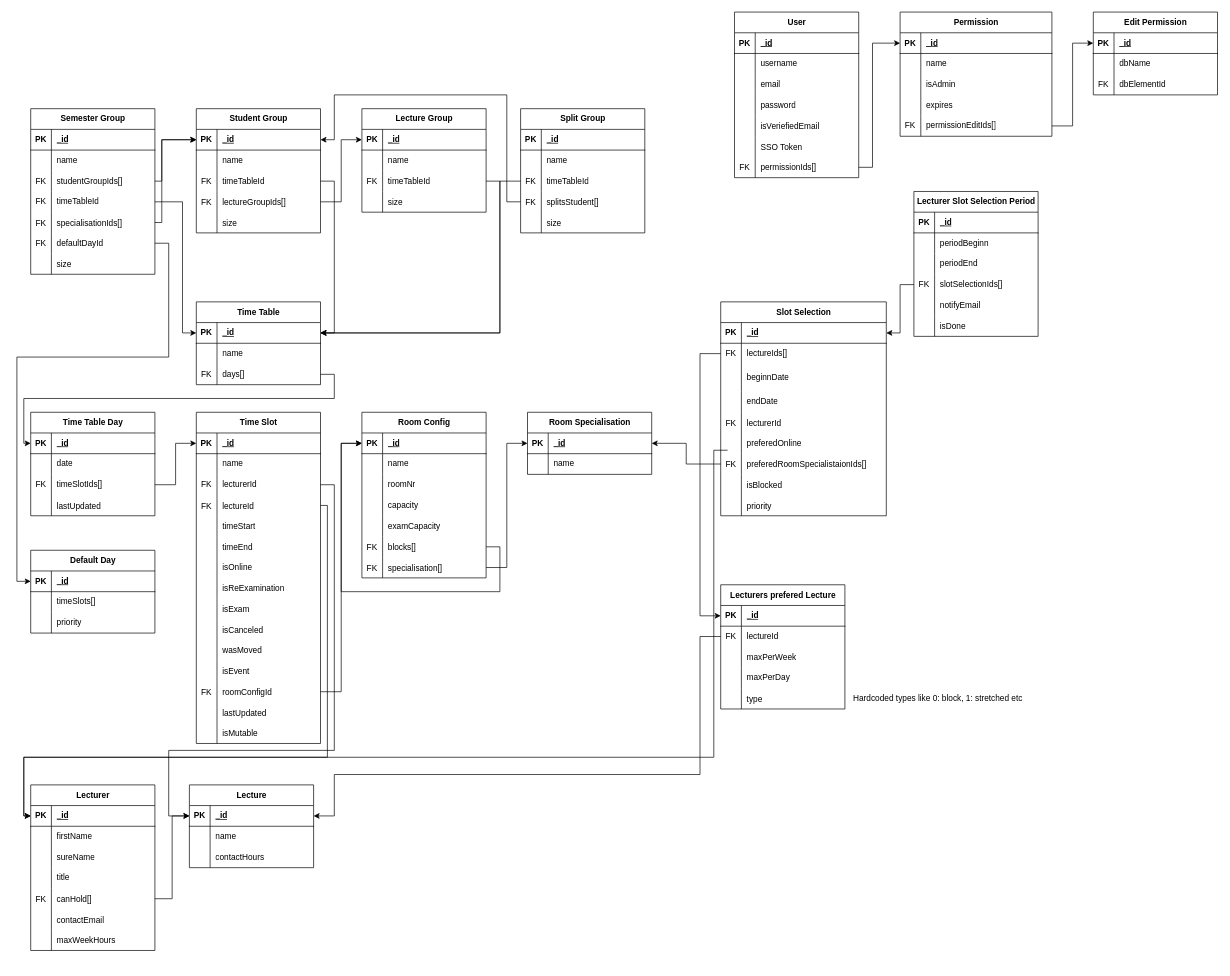
Earlier version of the draw.io diagram documentation/Database_ER.drawio (MindCollaps/TimeCraft). Source tidied: cells renumbered, new cells numbered last; positions are measured from the earlier drawing's top-left corner, leaving out a move shared by most shapes. Both pictures are drawn from the tidied source at 69%, with x=0, y=0 at pixel (17, 12).
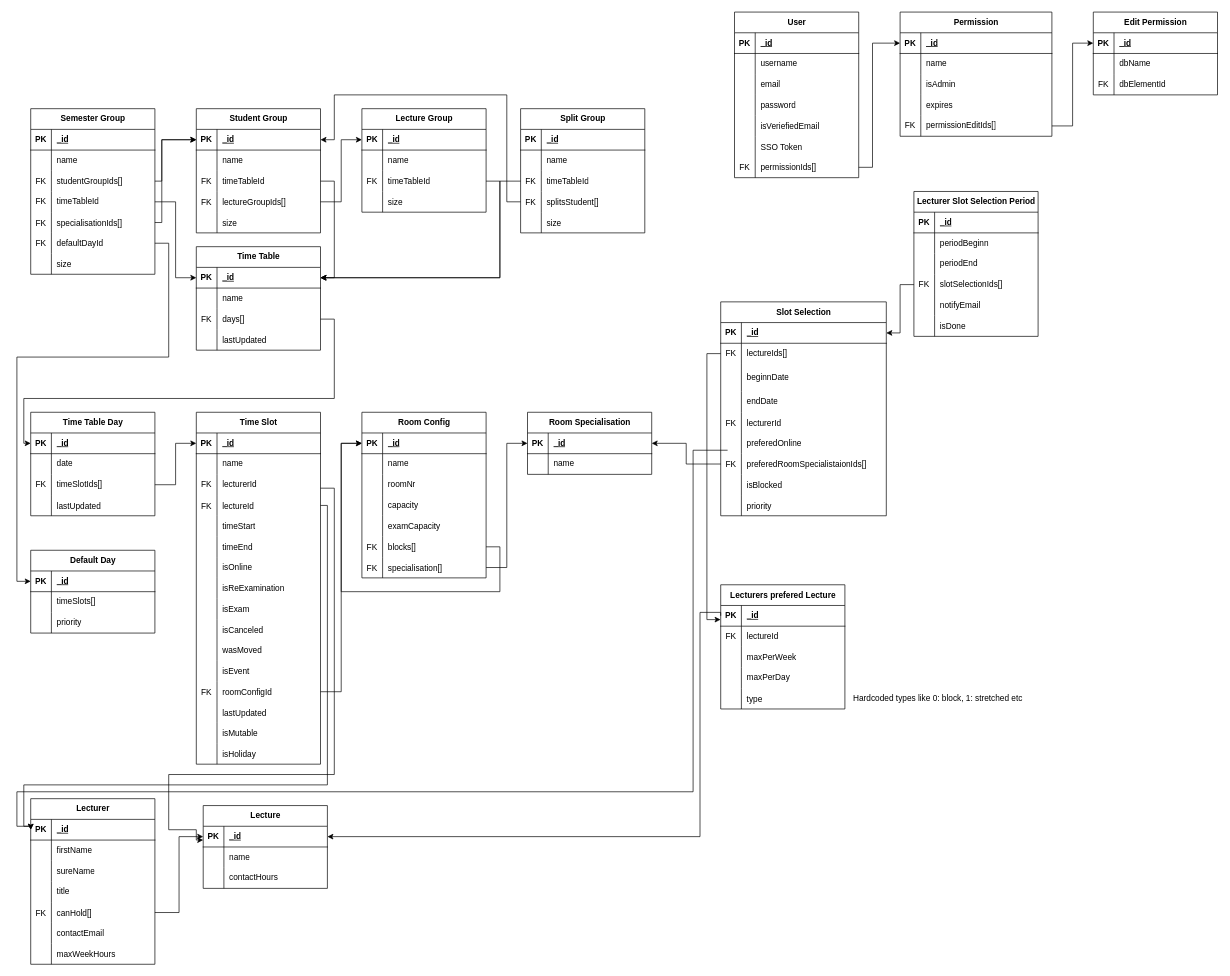
The same diagram, later.

Commit message:
docu: add lastUpdated and isHoliday

The change refers to these unchanged cells:
```xml
<mxCell id="12" style="shape=tableRow;horizontal=0;startSize=0;swimlaneHead=0;swimlaneBody=0;fillColor=none;points=[[0,0.5],[1,0.5]];portConstraint=eastwest;top=0;left=0;right=0;bottom=0;" parent="2" vertex="1">
  <mxGeometry y="120" width="180" height="30" as="geometry" />
</mxCell>
<mxCell id="57" style="shape=tableRow;horizontal=0;startSize=0;swimlaneHead=0;swimlaneBody=0;fillColor=none;points=[[0,0.5],[1,0.5]];portConstraint=eastwest;top=0;left=0;right=0;bottom=1;" parent="56" vertex="1">
  <mxGeometry y="30" width="180" height="30" as="geometry" />
</mxCell>
<mxCell id="63" style="shape=tableRow;horizontal=0;startSize=0;swimlaneHead=0;swimlaneBody=0;fillColor=none;points=[[0,0.5],[1,0.5]];portConstraint=eastwest;top=0;left=0;right=0;bottom=0;" parent="56" vertex="1">
  <mxGeometry y="90" width="180" height="30" as="geometry" />
</mxCell>
<mxCell id="70" style="shape=tableRow;horizontal=0;startSize=0;swimlaneHead=0;swimlaneBody=0;fillColor=none;points=[[0,0.5],[1,0.5]];portConstraint=eastwest;top=0;left=0;right=0;bottom=1;" parent="69" vertex="1">
  <mxGeometry y="30" width="180" height="30" as="geometry" />
</mxCell>
<mxCell id="89" style="shape=tableRow;horizontal=0;startSize=0;swimlaneHead=0;swimlaneBody=0;fillColor=none;points=[[0,0.5],[1,0.5]];portConstraint=eastwest;top=0;left=0;right=0;bottom=0;" parent="82" vertex="1">
  <mxGeometry y="90" width="180" height="30" as="geometry" />
</mxCell>
<mxCell id="92" style="shape=tableRow;horizontal=0;startSize=0;swimlaneHead=0;swimlaneBody=0;fillColor=none;points=[[0,0.5],[1,0.5]];portConstraint=eastwest;top=0;left=0;right=0;bottom=0;" parent="82" vertex="1">
  <mxGeometry y="120" width="180" height="30" as="geometry" />
</mxCell>
<mxCell id="160" style="shape=tableRow;horizontal=0;startSize=0;swimlaneHead=0;swimlaneBody=0;fillColor=none;points=[[0,0.5],[1,0.5]];portConstraint=eastwest;top=0;left=0;right=0;bottom=1;" parent="159" vertex="1">
  <mxGeometry y="30" width="180" height="30" as="geometry" />
</mxCell>
<mxCell id="182" style="shape=tableRow;horizontal=0;startSize=0;swimlaneHead=0;swimlaneBody=0;fillColor=none;points=[[0,0.5],[1,0.5]];portConstraint=eastwest;top=0;left=0;right=0;bottom=1;" parent="181" vertex="1">
  <mxGeometry y="30" width="180" height="30" as="geometry" />
</mxCell>
<mxCell id="239" style="shape=tableRow;horizontal=0;startSize=0;swimlaneHead=0;swimlaneBody=0;fillColor=none;points=[[0,0.5],[1,0.5]];portConstraint=eastwest;top=0;left=0;right=0;bottom=0;" parent="235" vertex="1">
  <mxGeometry y="60" width="240" height="30" as="geometry" />
</mxCell>
<mxCell id="266" style="shape=tableRow;horizontal=0;startSize=0;swimlaneHead=0;swimlaneBody=0;fillColor=none;points=[[0,0.5],[1,0.5]];portConstraint=eastwest;top=0;left=0;right=0;bottom=1;" parent="265" vertex="1">
  <mxGeometry y="30" width="180" height="30" as="geometry" />
</mxCell>
<mxCell id="269" style="shape=tableRow;horizontal=0;startSize=0;swimlaneHead=0;swimlaneBody=0;fillColor=none;points=[[0,0.5],[1,0.5]];portConstraint=eastwest;top=0;left=0;right=0;bottom=0;" parent="265" vertex="1">
  <mxGeometry y="60" width="180" height="30" as="geometry" />
</mxCell>
<mxCell id="334" style="shape=tableRow;horizontal=0;startSize=0;swimlaneHead=0;swimlaneBody=0;fillColor=none;points=[[0,0.5],[1,0.5]];portConstraint=eastwest;top=0;left=0;right=0;bottom=0;" parent="327" vertex="1">
  <mxGeometry y="90" width="180" height="30" as="geometry" />
</mxCell>
```

Diff of the diagram source:
```diff
@@
     <mxCell id="56" value="Time Table" style="shape=table;startSize=30;childLayout=tableLayout;rowLines=0;fontStyle=1;align=center;html=1;" parent="1" vertex="1">
-      <mxGeometry x="260" y="420" width="180" height="120" as="geometry" />
+      <mxGeometry x="260" y="340" width="180" height="150" as="geometry" />
     </mxCell>
@@
-    <mxCell id="66" style="edgeStyle=orthogonalEdgeStyle;rounded=0;jettySize=auto;html=1;exitX=1;exitY=0.5;exitDx=0;exitDy=0;entryX=0;entryY=0.5;entryDx=0;entryDy=0;" parent="1" edge="1" source="12" target="57">
-      <mxGeometry relative="1" as="geometry">
-        <Array as="points">
-          <mxPoint x="240" y="275" />
-          <mxPoint x="240" y="465" />
-        </Array>
-      </mxGeometry>
-    </mxCell>
+    <mxCell id="345" style="shape=tableRow;horizontal=0;startSize=0;swimlaneHead=0;swimlaneBody=0;fillColor=none;top=0;left=0;right=0;bottom=0;" parent="56" vertex="1">
+      <mxGeometry y="120" width="180" height="30" as="geometry" />
+    </mxCell>
+    <mxCell id="346" style="shape=partialRectangle;fillColor=none;top=0;left=0;bottom=0;right=0;overflow=hidden;" parent="345" vertex="1">
+      <mxGeometry width="30" height="30" as="geometry" />
+    </mxCell>
+    <mxCell id="347" value="lastUpdated" style="shape=partialRectangle;fillColor=none;top=0;left=0;bottom=0;right=0;align=left;spacingLeft=6;overflow=hidden;" parent="345" vertex="1">
+      <mxGeometry x="30" width="150" height="30" as="geometry" />
+    </mxCell>
@@
     <mxCell id="82" value="Time Slot" style="shape=table;startSize=30;childLayout=tableLayout;rowLines=0;fontStyle=1;align=center;html=1;" parent="1" vertex="1">
-      <mxGeometry x="260" y="580" width="180" height="480" as="geometry" />
+      <mxGeometry x="260" y="580" width="180" height="510" as="geometry" />
     </mxCell>
@@
+    <mxCell id="348" style="shape=tableRow;horizontal=0;startSize=0;swimlaneHead=0;swimlaneBody=0;fillColor=none;top=0;left=0;right=0;bottom=0;" parent="82" vertex="1">
+      <mxGeometry y="480" width="180" height="30" as="geometry" />
+    </mxCell>
+    <mxCell id="349" style="shape=partialRectangle;fillColor=none;top=0;left=0;bottom=0;right=0;overflow=hidden;" parent="348" vertex="1">
+      <mxGeometry width="30" height="30" as="geometry" />
+    </mxCell>
+    <mxCell id="350" value="isHoliday" style="shape=partialRectangle;fillColor=none;top=0;left=0;bottom=0;right=0;align=left;spacingLeft=6;overflow=hidden;" parent="348" vertex="1">
+      <mxGeometry x="30" width="150" height="30" as="geometry" />
+    </mxCell>
@@
     <mxCell id="159" value="Lecturer" style="shape=table;startSize=30;childLayout=tableLayout;rowLines=0;fontStyle=1;align=center;html=1;" parent="1" vertex="1">
-      <mxGeometry x="20" y="1120" width="180" height="240" as="geometry" />
+      <mxGeometry x="20" y="1140" width="180" height="240" as="geometry" />
     </mxCell>
@@
     <mxCell id="181" value="Lecture" style="shape=table;startSize=30;childLayout=tableLayout;rowLines=0;fontStyle=1;align=center;html=1;" parent="1" vertex="1">
-      <mxGeometry x="250" y="1120" width="180" height="120" as="geometry" />
+      <mxGeometry x="270" y="1150" width="180" height="120" as="geometry" />
     </mxCell>
@@
     <mxCell id="193" style="edgeStyle=orthogonalEdgeStyle;rounded=0;jettySize=auto;html=1;exitX=1;exitY=0.5;exitDx=0;exitDy=0;entryX=0;entryY=0.5;entryDx=0;entryDy=0;" parent="1" edge="1" source="92" target="160">
       <mxGeometry relative="1" as="geometry">
         <Array as="points">
           <mxPoint x="450" y="715" />
-          <mxPoint x="450" y="1080" />
-          <mxPoint x="10" y="1080" />
-          <mxPoint x="10" y="1165" />
+          <mxPoint x="450" y="1120" />
+          <mxPoint x="10" y="1120" />
+          <mxPoint x="10" y="1180" />
+          <mxPoint x="20" y="1180" />
         </Array>
       </mxGeometry>
     </mxCell>
-    <mxCell id="194" style="edgeStyle=orthogonalEdgeStyle;rounded=0;jettySize=auto;html=1;exitX=1;exitY=0.5;exitDx=0;exitDy=0;entryX=0;entryY=0.5;entryDx=0;entryDy=0;" parent="1" edge="1" source="89" target="182">
+    <mxCell id="194" style="edgeStyle=orthogonalEdgeStyle;rounded=0;orthogonalLoop=1;jettySize=auto;html=1;exitX=1;exitY=0.5;exitDx=0;exitDy=0;entryX=0;entryY=0.5;entryDx=0;entryDy=0;" parent="1" edge="1">
       <mxGeometry relative="1" as="geometry">
+        <mxPoint x="440" y="690" as="sourcePoint" />
+        <mxPoint x="270" y="1200" as="targetPoint" />
         <Array as="points">
-          <mxPoint x="460" y="685" />
-          <mxPoint x="460" y="1070" />
-          <mxPoint x="220" y="1070" />
-          <mxPoint x="220" y="1165" />
+          <mxPoint x="460" y="690" />
+          <mxPoint x="460" y="1105" />
+          <mxPoint x="220" y="1105" />
+          <mxPoint x="220" y="1185" />
+          <mxPoint x="260" y="1185" />
+          <mxPoint x="260" y="1200" />
         </Array>
       </mxGeometry>
     </mxCell>
     <mxCell id="195" style="edgeStyle=orthogonalEdgeStyle;rounded=0;jettySize=auto;html=1;exitX=1;exitY=0.5;exitDx=0;exitDy=0;entryX=0;entryY=0.5;entryDx=0;entryDy=0;" parent="1" edge="1" source="63" target="70">
       <mxGeometry relative="1" as="geometry">
         <Array as="points">
-          <mxPoint x="460" y="525" />
+          <mxPoint x="460" y="445" />
           <mxPoint x="460" y="560" />
           <mxPoint x="10" y="560" />
           <mxPoint x="10" y="625" />
         </Array>
       </mxGeometry>
     </mxCell>
@@
     <mxCell id="263" style="edgeStyle=orthogonalEdgeStyle;rounded=0;jettySize=auto;html=1;exitX=0;exitY=0.5;exitDx=0;exitDy=0;entryX=0;entryY=0.5;entryDx=0;entryDy=0;" parent="1" edge="1" target="160">
       <mxGeometry relative="1" as="geometry">
         <mxPoint x="1030" y="635" as="sourcePoint" />
         <Array as="points">
-          <mxPoint x="1010" y="635" />
-          <mxPoint x="1010" y="1080" />
-          <mxPoint x="10" y="1080" />
-          <mxPoint x="10" y="1165" />
+          <mxPoint x="980" y="635" />
+          <mxPoint x="980" y="1130" />
+          <mxPoint y="1130" />
+          <mxPoint y="1180" />
+          <mxPoint x="20" y="1180" />
         </Array>
       </mxGeometry>
     </mxCell>
@@
-    <mxCell id="281" style="edgeStyle=orthogonalEdgeStyle;rounded=0;jettySize=auto;html=1;exitX=0;exitY=0.5;exitDx=0;exitDy=0;entryX=1;entryY=0.5;entryDx=0;entryDy=0;" parent="1" edge="1" source="269" target="182">
-      <mxGeometry relative="1" as="geometry">
-        <Array as="points">
-          <mxPoint x="990" y="905" />
-          <mxPoint x="990" y="1105" />
-          <mxPoint x="460" y="1105" />
-          <mxPoint x="460" y="1165" />
-        </Array>
-      </mxGeometry>
-    </mxCell>
@@
-    <mxCell id="294" style="edgeStyle=orthogonalEdgeStyle;rounded=0;jettySize=auto;html=1;exitX=0;exitY=0.5;exitDx=0;exitDy=0;entryX=0;entryY=0.5;entryDx=0;entryDy=0;" parent="1" edge="1" source="239" target="266">
-      <mxGeometry relative="1" as="geometry">
-        <Array as="points">
-          <mxPoint x="990" y="495" />
-          <mxPoint x="990" y="875" />
-        </Array>
-      </mxGeometry>
-    </mxCell>
@@
     <mxCell id="343" style="edgeStyle=orthogonalEdgeStyle;rounded=0;jettySize=auto;html=1;exitX=0;exitY=0.5;exitDx=0;exitDy=0;entryX=1;entryY=0.5;entryDx=0;entryDy=0;" parent="1" edge="1" source="334" target="57">
       <mxGeometry relative="1" as="geometry">
         <Array as="points">
           <mxPoint x="700" y="245" />
-          <mxPoint x="700" y="465" />
+          <mxPoint x="700" y="385" />
         </Array>
       </mxGeometry>
     </mxCell>
@@
+    <mxCell id="66" style="edgeStyle=orthogonalEdgeStyle;rounded=0;jettySize=auto;html=1;exitX=1;exitY=0.5;exitDx=0;exitDy=0;" parent="1" edge="1" source="12" target="57">
+      <mxGeometry relative="1" as="geometry" />
+    </mxCell>
+    <mxCell id="351" style="edgeStyle=orthogonalEdgeStyle;rounded=0;jettySize=auto;html=1;exitX=0;exitY=0.5;exitDx=0;exitDy=0;entryX=1;entryY=0.5;entryDx=0;entryDy=0;" parent="1" edge="1" source="266" target="182">
+      <mxGeometry relative="1" as="geometry">
+        <Array as="points">
+          <mxPoint x="1020" y="870" />
+          <mxPoint x="990" y="870" />
+          <mxPoint x="990" y="1195" />
+        </Array>
+      </mxGeometry>
+    </mxCell>
+    <mxCell id="294" style="edgeStyle=orthogonalEdgeStyle;rounded=0;jettySize=auto;html=1;exitX=0;exitY=0.5;exitDx=0;exitDy=0;entryX=-0.001;entryY=0.683;entryDx=0;entryDy=0;entryPerimeter=0;" parent="1" edge="1" source="239" target="266">
+      <mxGeometry relative="1" as="geometry" />
+    </mxCell>
```
